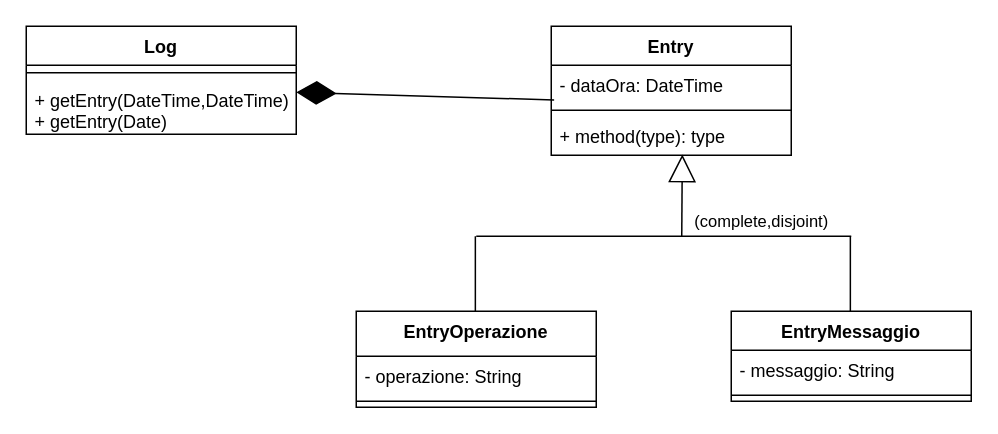
Before: Diagrammi_UML/Log.drawio in JosephBoom02/Progetto_Ingegneria_del_Software, a draw.io diagram. Source tidied: cells renumbered, new cells numbered last; positions are measured from the earlier drawing's top-left corner, leaving out a move shared by most shapes. Both pictures are drawn from the tidied source at 150%, with x=0, y=0 at pixel (26, 26).
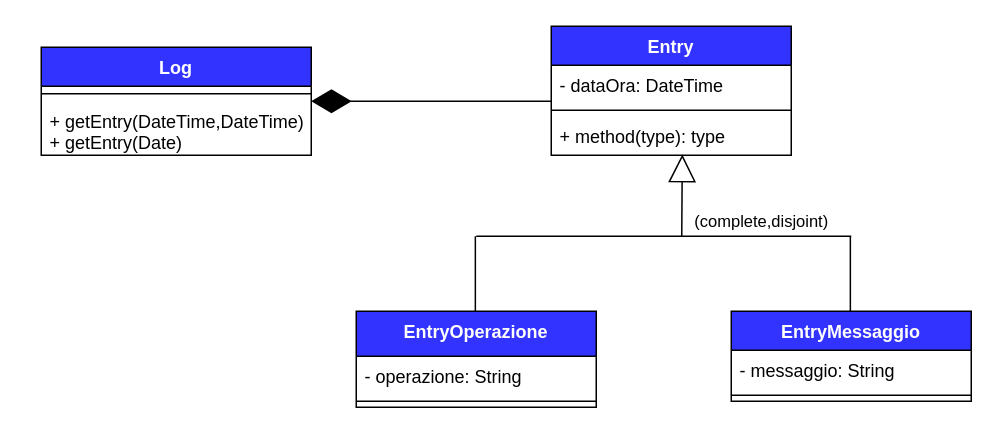
After the change.

The change refers to these unchanged cells:
```xml
<mxCell id="7" value="- dataOra: DateTime" style="text;strokeColor=none;fillColor=none;align=left;verticalAlign=top;spacingLeft=4;spacingRight=4;overflow=hidden;points=[[0,0.5],[1,0.5]];portConstraint=eastwest;" parent="6" vertex="1">
  <mxGeometry y="26" width="160" height="26" as="geometry" />
</mxCell>
```

The edit, as a diff of the source:
```diff
@@
-    <mxCell id="2" value="Log" style="swimlane;fontStyle=1;align=center;verticalAlign=top;horizontal=1;startSize=26;gradientColor=none;" parent="1" vertex="1">
-      <mxGeometry width="180" height="72" as="geometry" />
+    <mxCell id="2" value="Log" style="swimlane;fontStyle=1;align=center;verticalAlign=top;horizontal=1;startSize=26;gradientColor=none;fillColor=#3333FF;fontColor=#ffffff;" parent="1" vertex="1">
+      <mxGeometry x="10" y="14" width="180" height="72" as="geometry" />
     </mxCell>
@@
-    <mxCell id="6" value="Entry" style="swimlane;fontStyle=1;align=center;verticalAlign=top;horizontal=1;startSize=26;gradientColor=none;" parent="1" vertex="1">
+    <mxCell id="6" value="Entry" style="swimlane;fontStyle=1;align=center;verticalAlign=top;horizontal=1;startSize=26;gradientColor=none;fillColor=#3333FF;fontColor=#ffffff;" parent="1" vertex="1">
       <mxGeometry x="350" width="160" height="86" as="geometry" />
     </mxCell>
@@
-    <mxCell id="10" value="EntryOperazione" style="swimlane;fontStyle=1;align=center;verticalAlign=top;horizontal=1;startSize=30;gradientColor=none;" parent="1" vertex="1">
+    <mxCell id="10" value="EntryOperazione" style="swimlane;fontStyle=1;align=center;verticalAlign=top;horizontal=1;startSize=30;gradientColor=none;fillColor=#3333FF;fontColor=#ffffff;" parent="1" vertex="1">
       <mxGeometry x="220" y="190" width="160" height="64" as="geometry" />
     </mxCell>
@@
-    <mxCell id="13" value="EntryMessaggio" style="swimlane;fontStyle=1;align=center;verticalAlign=top;horizontal=1;startSize=26;gradientColor=none;" parent="1" vertex="1">
+    <mxCell id="13" value="EntryMessaggio" style="swimlane;fontStyle=1;align=center;verticalAlign=top;horizontal=1;startSize=26;gradientColor=none;fillColor=#3333FF;fontColor=#ffffff;" parent="1" vertex="1">
       <mxGeometry x="470" y="190" width="160" height="60" as="geometry" />
     </mxCell>
@@
-    <mxCell id="16" style="endArrow=diamondThin;endFill=1;endSize=24;html=1;exitX=0.012;exitY=0.89;exitDx=0;exitDy=0;exitPerimeter=0;" parent="1" edge="1" source="7">
+    <mxCell id="16" style="endArrow=diamondThin;endFill=1;endSize=24;html=1;" parent="1" edge="1">
       <mxGeometry relative="1" as="geometry">
-        <mxPoint x="180" y="44" as="targetPoint" />
+        <mxPoint x="350" y="50" as="sourcePoint" />
+        <mxPoint x="190" y="50" as="targetPoint" />
       </mxGeometry>
     </mxCell>
```
